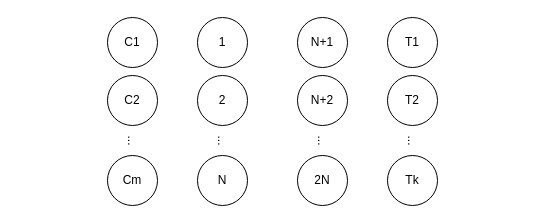
Eren-Jeager123/Algorithm keeps this draw.io diagram as hw5_2.drawio. Above is the earlier version. Source tidied: cells renumbered, new cells numbered last; positions are measured from the earlier drawing's top-left corner, leaving out a move shared by most shapes. Both pictures are drawn from the tidied source at 100%, with x=0, y=0 at pixel (107, 17).
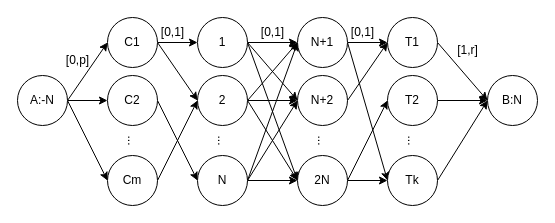
Above is the later version.

The change refers to these unchanged cells:
```xml
<mxCell id="6" value="C2" style="ellipse;whiteSpace=wrap;html=1;" parent="1" vertex="1">
  <mxGeometry y="58" width="50" height="50" as="geometry" />
</mxCell>
<mxCell id="7" value="C1" style="ellipse;whiteSpace=wrap;html=1;" parent="1" vertex="1">
  <mxGeometry width="50" height="50" as="geometry" />
</mxCell>
<mxCell id="8" value="Cm" style="ellipse;whiteSpace=wrap;html=1;" parent="1" vertex="1">
  <mxGeometry y="138" width="50" height="50" as="geometry" />
</mxCell>
<mxCell id="9" value="1" style="ellipse;whiteSpace=wrap;html=1;" parent="1" vertex="1">
  <mxGeometry x="90" width="50" height="50" as="geometry" />
</mxCell>
<mxCell id="10" value="2" style="ellipse;whiteSpace=wrap;html=1;" parent="1" vertex="1">
  <mxGeometry x="90" y="58" width="50" height="50" as="geometry" />
</mxCell>
<mxCell id="11" value="N" style="ellipse;whiteSpace=wrap;html=1;" parent="1" vertex="1">
  <mxGeometry x="90" y="138" width="50" height="50" as="geometry" />
</mxCell>
<mxCell id="12" value="N+1" style="ellipse;whiteSpace=wrap;html=1;" parent="1" vertex="1">
  <mxGeometry x="190" width="50" height="50" as="geometry" />
</mxCell>
<mxCell id="13" value="N+2" style="ellipse;whiteSpace=wrap;html=1;" parent="1" vertex="1">
  <mxGeometry x="190" y="58" width="50" height="50" as="geometry" />
</mxCell>
<mxCell id="14" value="2N" style="ellipse;whiteSpace=wrap;html=1;" parent="1" vertex="1">
  <mxGeometry x="190" y="138" width="50" height="50" as="geometry" />
</mxCell>
<mxCell id="15" value="T1" style="ellipse;whiteSpace=wrap;html=1;" parent="1" vertex="1">
  <mxGeometry x="280" width="50" height="50" as="geometry" />
</mxCell>
<mxCell id="16" value="T2" style="ellipse;whiteSpace=wrap;html=1;" parent="1" vertex="1">
  <mxGeometry x="280" y="58" width="50" height="50" as="geometry" />
</mxCell>
<mxCell id="17" value="Tk" style="ellipse;whiteSpace=wrap;html=1;" parent="1" vertex="1">
  <mxGeometry x="280" y="138" width="50" height="50" as="geometry" />
</mxCell>
```

The edit, as a diff of the source:
```diff
@@
+    <mxCell id="18" style="rounded=0;jettySize=auto;html=1;exitX=1;exitY=0.5;exitDx=0;exitDy=0;entryX=0;entryY=0.5;entryDx=0;entryDy=0;" parent="1" edge="1" source="6" target="11">
+      <mxGeometry relative="1" as="geometry" />
+    </mxCell>
@@
+    <mxCell id="19" style="rounded=0;jettySize=auto;html=1;exitX=1;exitY=0.5;exitDx=0;exitDy=0;entryX=0;entryY=0.5;entryDx=0;entryDy=0;" parent="1" edge="1" source="7" target="9">
+      <mxGeometry relative="1" as="geometry" />
+    </mxCell>
+    <mxCell id="20" style="rounded=0;jettySize=auto;html=1;exitX=1;exitY=0.5;exitDx=0;exitDy=0;entryX=0;entryY=0.5;entryDx=0;entryDy=0;" parent="1" edge="1" source="7" target="10">
+      <mxGeometry relative="1" as="geometry" />
+    </mxCell>
@@
+    <mxCell id="21" style="rounded=0;jettySize=auto;html=1;exitX=1;exitY=0.5;exitDx=0;exitDy=0;entryX=0;entryY=0.5;entryDx=0;entryDy=0;" parent="1" edge="1" source="8" target="10">
+      <mxGeometry relative="1" as="geometry" />
+    </mxCell>
@@
+    <mxCell id="22" style="rounded=0;jettySize=auto;html=1;exitX=1;exitY=0.5;exitDx=0;exitDy=0;entryX=0;entryY=0.5;entryDx=0;entryDy=0;" parent="1" edge="1" source="9" target="12">
+      <mxGeometry relative="1" as="geometry" />
+    </mxCell>
+    <mxCell id="23" style="rounded=0;jettySize=auto;html=1;exitX=1;exitY=0.5;exitDx=0;exitDy=0;entryX=0;entryY=0.5;entryDx=0;entryDy=0;" parent="1" edge="1" source="9" target="13">
+      <mxGeometry relative="1" as="geometry" />
+    </mxCell>
+    <mxCell id="24" style="rounded=0;jettySize=auto;html=1;exitX=1;exitY=0.5;exitDx=0;exitDy=0;entryX=0;entryY=0.5;entryDx=0;entryDy=0;" parent="1" edge="1" source="9" target="14">
+      <mxGeometry relative="1" as="geometry" />
+    </mxCell>
@@
+    <mxCell id="25" style="rounded=0;jettySize=auto;html=1;exitX=1;exitY=0.5;exitDx=0;exitDy=0;entryX=0;entryY=0.5;entryDx=0;entryDy=0;" parent="1" edge="1" source="10" target="12">
+      <mxGeometry relative="1" as="geometry" />
+    </mxCell>
+    <mxCell id="26" style="rounded=0;jettySize=auto;html=1;exitX=1;exitY=0.5;exitDx=0;exitDy=0;entryX=0;entryY=0.5;entryDx=0;entryDy=0;" parent="1" edge="1" source="10" target="13">
+      <mxGeometry relative="1" as="geometry" />
+    </mxCell>
+    <mxCell id="27" style="rounded=0;jettySize=auto;html=1;exitX=1;exitY=0.5;exitDx=0;exitDy=0;entryX=0;entryY=0.5;entryDx=0;entryDy=0;" parent="1" edge="1" source="10" target="14">
+      <mxGeometry relative="1" as="geometry" />
+    </mxCell>
@@
+    <mxCell id="28" style="rounded=0;jettySize=auto;html=1;exitX=1;exitY=0.5;exitDx=0;exitDy=0;entryX=0;entryY=0.5;entryDx=0;entryDy=0;" parent="1" edge="1" source="11" target="12">
+      <mxGeometry relative="1" as="geometry" />
+    </mxCell>
+    <mxCell id="29" style="rounded=0;jettySize=auto;html=1;exitX=1;exitY=0.5;exitDx=0;exitDy=0;entryX=0;entryY=0.5;entryDx=0;entryDy=0;" parent="1" edge="1" source="11" target="13">
+      <mxGeometry relative="1" as="geometry" />
+    </mxCell>
+    <mxCell id="30" style="rounded=0;jettySize=auto;html=1;exitX=1;exitY=0.5;exitDx=0;exitDy=0;entryX=0;entryY=0.5;entryDx=0;entryDy=0;" parent="1" edge="1" source="11" target="14">
+      <mxGeometry relative="1" as="geometry" />
+    </mxCell>
@@
+    <mxCell id="31" style="rounded=0;jettySize=auto;html=1;exitX=1;exitY=0.5;exitDx=0;exitDy=0;entryX=0;entryY=0.5;entryDx=0;entryDy=0;" parent="1" edge="1" source="12" target="15">
+      <mxGeometry relative="1" as="geometry" />
+    </mxCell>
+    <mxCell id="32" style="rounded=0;jettySize=auto;html=1;exitX=1;exitY=0.5;exitDx=0;exitDy=0;entryX=0;entryY=0.5;entryDx=0;entryDy=0;" parent="1" edge="1" source="12" target="17">
+      <mxGeometry relative="1" as="geometry" />
+    </mxCell>
@@
+    <mxCell id="33" style="rounded=0;jettySize=auto;html=1;exitX=1;exitY=0.5;exitDx=0;exitDy=0;entryX=0;entryY=0.5;entryDx=0;entryDy=0;" parent="1" edge="1" source="13" target="15">
+      <mxGeometry relative="1" as="geometry" />
+    </mxCell>
@@
+    <mxCell id="34" style="rounded=0;jettySize=auto;html=1;exitX=1;exitY=0.5;exitDx=0;exitDy=0;entryX=0;entryY=0.5;entryDx=0;entryDy=0;" parent="1" edge="1" source="14" target="16">
+      <mxGeometry relative="1" as="geometry" />
+    </mxCell>
+    <mxCell id="35" style="rounded=0;jettySize=auto;html=1;exitX=1;exitY=0.5;exitDx=0;exitDy=0;entryX=0;entryY=0.5;entryDx=0;entryDy=0;" parent="1" edge="1" source="14" target="17">
+      <mxGeometry relative="1" as="geometry" />
+    </mxCell>
@@
+    <mxCell id="36" style="rounded=0;jettySize=auto;html=1;exitX=1;exitY=0.5;exitDx=0;exitDy=0;entryX=0;entryY=0.5;entryDx=0;entryDy=0;" parent="1" edge="1" source="15" target="46">
+      <mxGeometry relative="1" as="geometry" />
+    </mxCell>
@@
+    <mxCell id="37" style="rounded=0;jettySize=auto;html=1;exitX=1;exitY=0.5;exitDx=0;exitDy=0;entryX=0;entryY=0.5;entryDx=0;entryDy=0;" parent="1" edge="1" source="16" target="46">
+      <mxGeometry relative="1" as="geometry" />
+    </mxCell>
@@
+    <mxCell id="38" style="rounded=0;jettySize=auto;html=1;exitX=1;exitY=0.5;exitDx=0;exitDy=0;entryX=0;entryY=0.5;entryDx=0;entryDy=0;" parent="1" edge="1" source="17" target="46">
+      <mxGeometry relative="1" as="geometry" />
+    </mxCell>
@@
+    <mxCell id="39" value="[0,1]" style="text;html=1;align=center;verticalAlign=middle;strokeColor=none;fillColor=none;" parent="1" vertex="1">
+      <mxGeometry x="40" width="50" height="30" as="geometry" />
+    </mxCell>
+    <mxCell id="40" value="[0,1]" style="text;html=1;align=center;verticalAlign=middle;strokeColor=none;fillColor=none;" parent="1" vertex="1">
+      <mxGeometry x="140" width="50" height="30" as="geometry" />
+    </mxCell>
+    <mxCell id="41" value="[0,1]" style="text;html=1;align=center;verticalAlign=middle;strokeColor=none;fillColor=none;" parent="1" vertex="1">
+      <mxGeometry x="230" width="50" height="30" as="geometry" />
+    </mxCell>
+    <mxCell id="42" style="rounded=0;jettySize=auto;html=1;exitX=1;exitY=0.5;exitDx=0;exitDy=0;entryX=0;entryY=0.5;entryDx=0;entryDy=0;" parent="1" edge="1" source="45" target="7">
+      <mxGeometry relative="1" as="geometry" />
+    </mxCell>
+    <mxCell id="43" style="rounded=0;jettySize=auto;html=1;exitX=1;exitY=0.5;exitDx=0;exitDy=0;entryX=0;entryY=0.5;entryDx=0;entryDy=0;" parent="1" edge="1" source="45" target="6">
+      <mxGeometry relative="1" as="geometry" />
+    </mxCell>
+    <mxCell id="44" style="rounded=0;jettySize=auto;html=1;exitX=1;exitY=0.5;exitDx=0;exitDy=0;entryX=0;entryY=0.5;entryDx=0;entryDy=0;" parent="1" edge="1" source="45" target="8">
+      <mxGeometry relative="1" as="geometry" />
+    </mxCell>
+    <mxCell id="45" value="A:-N" style="ellipse;whiteSpace=wrap;html=1;" parent="1" vertex="1">
+      <mxGeometry x="-90" y="58" width="50" height="50" as="geometry" />
+    </mxCell>
+    <mxCell id="46" value="B:N" style="ellipse;whiteSpace=wrap;html=1;" parent="1" vertex="1">
+      <mxGeometry x="380" y="58" width="50" height="50" as="geometry" />
+    </mxCell>
+    <mxCell id="47" value="[0,p]" style="text;html=1;align=center;verticalAlign=middle;strokeColor=none;fillColor=none;" parent="1" vertex="1">
+      <mxGeometry x="-55" y="28" width="50" height="30" as="geometry" />
+    </mxCell>
+    <mxCell id="48" value="[1,r]" style="text;html=1;align=center;verticalAlign=middle;strokeColor=none;fillColor=none;" parent="1" vertex="1">
+      <mxGeometry x="340" y="18" width="40" height="30" as="geometry" />
+    </mxCell>
```
